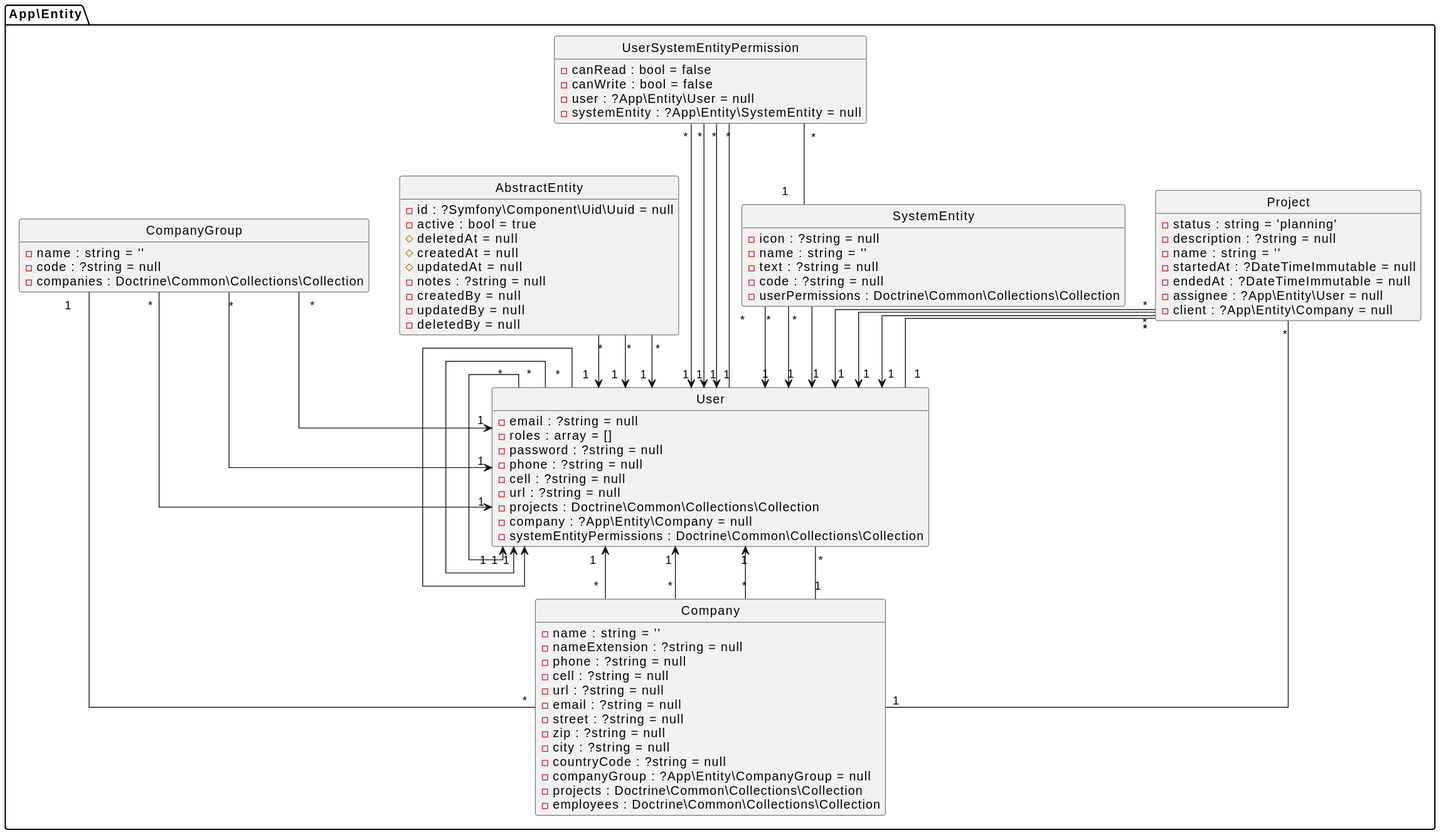
Before: assets/docs/diagram-class.svg, a diagram exported from PlantUML (cschorr/symfony-core-bundle). The source it was exported from:
```plantuml
@startuml
set separator \
!pragma useIntermediatePackages false
skinparam linetype ortho
skinparam MinClassWidth 140
hide circle
hide empty members
!theme _none_
class App\Entity\CompanyGroup {
- name : string = ''
- code : ?string = null
- companies : Doctrine\Common\Collections\Collection
}
class App\Entity\AbstractEntity {
- id : ?Symfony\Component\Uid\Uuid = null
- active : bool = true
# deletedAt = null
# createdAt = null
# updatedAt = null
- notes : ?string = null
- createdBy = null
- updatedBy = null
- deletedBy = null
}
class App\Entity\Company {
- name : string = ''
- nameExtension : ?string = null
- phone : ?string = null
- cell : ?string = null
- url : ?string = null
- email : ?string = null
- street : ?string = null
- zip : ?string = null
- city : ?string = null
- countryCode : ?string = null
- companyGroup : ?App\Entity\CompanyGroup = null
- projects : Doctrine\Common\Collections\Collection
- employees : Doctrine\Common\Collections\Collection
}
class App\Entity\SystemEntity {
- icon : ?string = null
- name : string = ''
- text : ?string = null
- code : ?string = null
- userPermissions : Doctrine\Common\Collections\Collection
}
class App\Entity\UserSystemEntityPermission {
- canRead : bool = false
- canWrite : bool = false
- user : ?App\Entity\User = null
- systemEntity : ?App\Entity\SystemEntity = null
}
class App\Entity\User {
- email : ?string = null
- roles : array = []
- password : ?string = null
- phone : ?string = null
- cell : ?string = null
- url : ?string = null
- projects : Doctrine\Common\Collections\Collection
- company : ?App\Entity\Company = null
- systemEntityPermissions : Doctrine\Common\Collections\Collection
}
class App\Entity\Project {
- status : string = 'planning'
- description : ?string = null
- name : string = ''
- startedAt : ?DateTimeImmutable = null
- endedAt : ?DateTimeImmutable = null
- assignee : ?App\Entity\User = null
- client : ?App\Entity\Company = null
}
App\Entity\CompanyGroup "*" --> "1" App\Entity\User
App\Entity\CompanyGroup "*" --> "1" App\Entity\User
App\Entity\CompanyGroup "*" --> "1" App\Entity\User
App\Entity\AbstractEntity "*" --> "1" App\Entity\User
App\Entity\AbstractEntity "*" --> "1" App\Entity\User
App\Entity\AbstractEntity "*" --> "1" App\Entity\User
App\Entity\Company "*" --> "1" App\Entity\User
App\Entity\Company "*" --> "1" App\Entity\User
App\Entity\Company "*" --> "1" App\Entity\User
App\Entity\Company "*" -- "1" App\Entity\CompanyGroup
App\Entity\SystemEntity "*" --> "1" App\Entity\User
App\Entity\SystemEntity "*" --> "1" App\Entity\User
App\Entity\SystemEntity "*" --> "1" App\Entity\User
App\Entity\UserSystemEntityPermission "*" --> "1" App\Entity\User
App\Entity\UserSystemEntityPermission "*" --> "1" App\Entity\User
App\Entity\UserSystemEntityPermission "*" --> "1" App\Entity\User
App\Entity\UserSystemEntityPermission "*" -- "1" App\Entity\User
App\Entity\UserSystemEntityPermission "*" -- "1" App\Entity\SystemEntity
App\Entity\User "*" --> "1" App\Entity\User
App\Entity\User "*" --> "1" App\Entity\User
App\Entity\User "*" --> "1" App\Entity\User
App\Entity\User "*" -- "1" App\Entity\Company
App\Entity\Project "*" --> "1" App\Entity\User
App\Entity\Project "*" --> "1" App\Entity\User
App\Entity\Project "*" --> "1" App\Entity\User
App\Entity\Project "*" -- "1" App\Entity\User
App\Entity\Project "*" -- "1" App\Entity\Company
@enduml
```
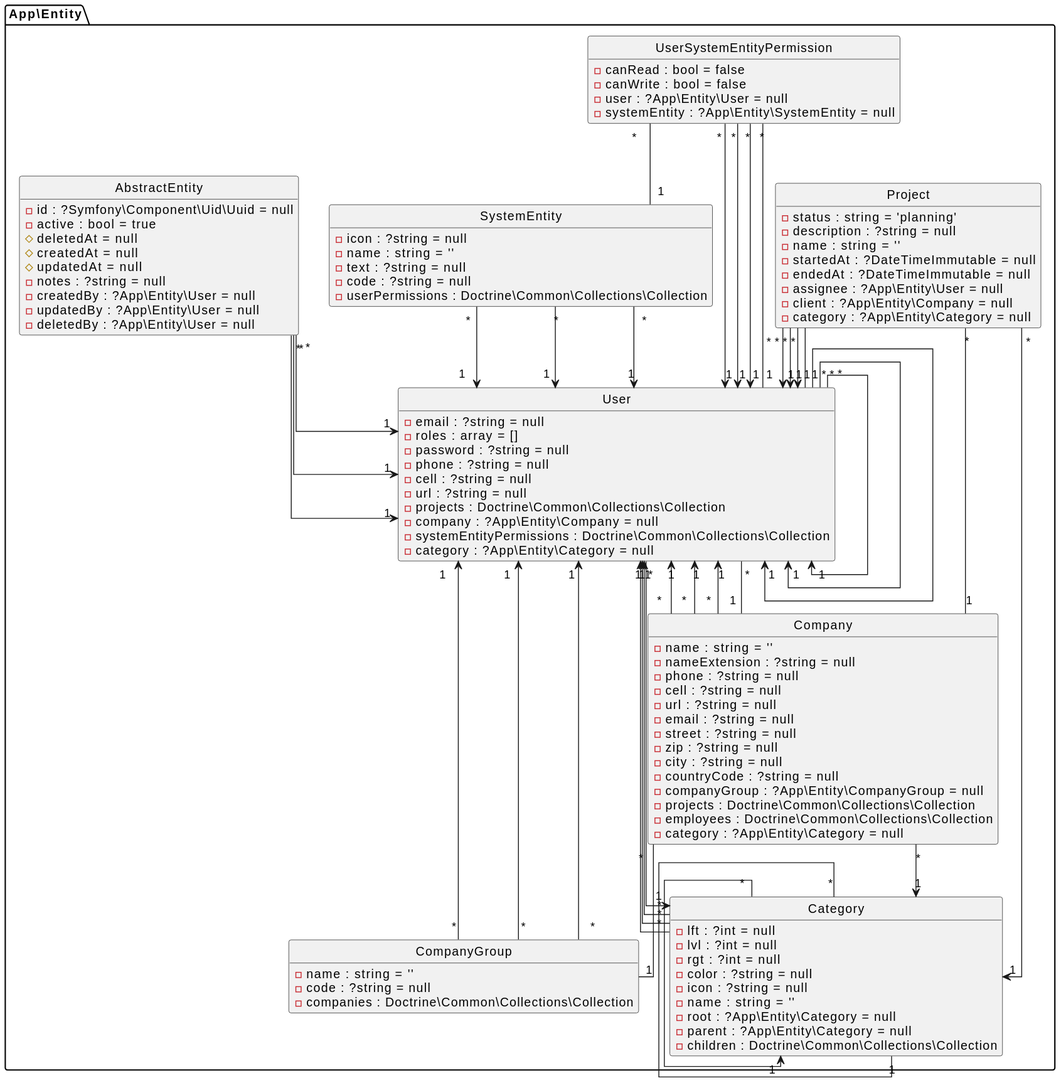
The same diagram one commit later.

Commit message:
feat: add categories to user & project

What changed in the source:
```diff
@@ -6,10 +6,12 @@
 hide circle
 hide empty members
 !theme _none_
-class App\Entity\CompanyGroup {
+class App\Entity\SystemEntity {
+- icon : ?string = null
 - name : string = ''
+- text : ?string = null
 - code : ?string = null
-- companies : Doctrine\Common\Collections\Collection
+- userPermissions : Doctrine\Common\Collections\Collection
 }
 class App\Entity\AbstractEntity {
 - id : ?Symfony\Component\Uid\Uuid = null
@@ -18,9 +20,15 @@
 # createdAt = null
 # updatedAt = null
 - notes : ?string = null
-- createdBy = null
-- updatedBy = null
-- deletedBy = null
+- createdBy : ?App\Entity\User = null
+- updatedBy : ?App\Entity\User = null
+- deletedBy : ?App\Entity\User = null
+}
+class App\Entity\UserSystemEntityPermission {
+- canRead : bool = false
+- canWrite : bool = false
+- user : ?App\Entity\User = null
+- systemEntity : ?App\Entity\SystemEntity = null
 }
 class App\Entity\Company {
 - name : string = ''
@@ -36,19 +44,33 @@
 - companyGroup : ?App\Entity\CompanyGroup = null
 - projects : Doctrine\Common\Collections\Collection
 - employees : Doctrine\Common\Collections\Collection
+- category : ?App\Entity\Category = null
 }
-class App\Entity\SystemEntity {
+class App\Entity\CompanyGroup {
+- name : string = ''
+- code : ?string = null
+- companies : Doctrine\Common\Collections\Collection
+}
+class App\Entity\Category {
+- lft : ?int = null
+- lvl : ?int = null
+- rgt : ?int = null
+- color : ?string = null
 - icon : ?string = null
 - name : string = ''
-- text : ?string = null
-- code : ?string = null
-- userPermissions : Doctrine\Common\Collections\Collection
+- root : ?App\Entity\Category = null
+- parent : ?App\Entity\Category = null
+- children : Doctrine\Common\Collections\Collection
 }
-class App\Entity\UserSystemEntityPermission {
-- canRead : bool = false
-- canWrite : bool = false
-- user : ?App\Entity\User = null
-- systemEntity : ?App\Entity\SystemEntity = null
+class App\Entity\Project {
+- status : string = 'planning'
+- description : ?string = null
+- name : string = ''
+- startedAt : ?DateTimeImmutable = null
+- endedAt : ?DateTimeImmutable = null
+- assignee : ?App\Entity\User = null
+- client : ?App\Entity\Company = null
+- category : ?App\Entity\Category = null
 }
 class App\Entity\User {
 - email : ?string = null
@@ -60,41 +82,41 @@
 - projects : Doctrine\Common\Collections\Collection
 - company : ?App\Entity\Company = null
 - systemEntityPermissions : Doctrine\Common\Collections\Collection
+- category : ?App\Entity\Category = null
 }
-class App\Entity\Project {
-- status : string = 'planning'
-- description : ?string = null
-- name : string = ''
-- startedAt : ?DateTimeImmutable = null
-- endedAt : ?DateTimeImmutable = null
-- assignee : ?App\Entity\User = null
-- client : ?App\Entity\Company = null
-}
-App\Entity\CompanyGroup "*" --> "1" App\Entity\User
-App\Entity\CompanyGroup "*" --> "1" App\Entity\User
-App\Entity\CompanyGroup "*" --> "1" App\Entity\User
+App\Entity\SystemEntity "*" --> "1" App\Entity\User
+App\Entity\SystemEntity "*" --> "1" App\Entity\User
+App\Entity\SystemEntity "*" --> "1" App\Entity\User
 App\Entity\AbstractEntity "*" --> "1" App\Entity\User
 App\Entity\AbstractEntity "*" --> "1" App\Entity\User
 App\Entity\AbstractEntity "*" --> "1" App\Entity\User
-App\Entity\Company "*" --> "1" App\Entity\User
-App\Entity\Company "*" --> "1" App\Entity\User
-App\Entity\Company "*" --> "1" App\Entity\User
-App\Entity\Company "*" -- "1" App\Entity\CompanyGroup
-App\Entity\SystemEntity "*" --> "1" App\Entity\User
-App\Entity\SystemEntity "*" --> "1" App\Entity\User
-App\Entity\SystemEntity "*" --> "1" App\Entity\User
 App\Entity\UserSystemEntityPermission "*" --> "1" App\Entity\User
 App\Entity\UserSystemEntityPermission "*" --> "1" App\Entity\User
 App\Entity\UserSystemEntityPermission "*" --> "1" App\Entity\User
 App\Entity\UserSystemEntityPermission "*" -- "1" App\Entity\User
 App\Entity\UserSystemEntityPermission "*" -- "1" App\Entity\SystemEntity
-App\Entity\User "*" --> "1" App\Entity\User
-App\Entity\User "*" --> "1" App\Entity\User
-App\Entity\User "*" --> "1" App\Entity\User
-App\Entity\User "*" -- "1" App\Entity\Company
+App\Entity\Company "*" --> "1" App\Entity\User
+App\Entity\Company "*" --> "1" App\Entity\User
+App\Entity\Company "*" --> "1" App\Entity\User
+App\Entity\Company "*" -- "1" App\Entity\CompanyGroup
+App\Entity\Company "*" --> "1" App\Entity\Category
+App\Entity\CompanyGroup "*" --> "1" App\Entity\User
+App\Entity\CompanyGroup "*" --> "1" App\Entity\User
+App\Entity\CompanyGroup "*" --> "1" App\Entity\User
+App\Entity\Category "*" --> "1" App\Entity\User
+App\Entity\Category "*" --> "1" App\Entity\User
+App\Entity\Category "*" --> "1" App\Entity\User
+App\Entity\Category "*" --> "1" App\Entity\Category
+App\Entity\Category "*" -- "1" App\Entity\Category
 App\Entity\Project "*" --> "1" App\Entity\User
 App\Entity\Project "*" --> "1" App\Entity\User
 App\Entity\Project "*" --> "1" App\Entity\User
 App\Entity\Project "*" -- "1" App\Entity\User
 App\Entity\Project "*" -- "1" App\Entity\Company
+App\Entity\Project "*" --> "1" App\Entity\Category
+App\Entity\User "*" --> "1" App\Entity\User
+App\Entity\User "*" --> "1" App\Entity\User
+App\Entity\User "*" --> "1" App\Entity\User
+App\Entity\User "*" -- "1" App\Entity\Company
+App\Entity\User "*" --> "1" App\Entity\Category
 @enduml
```
